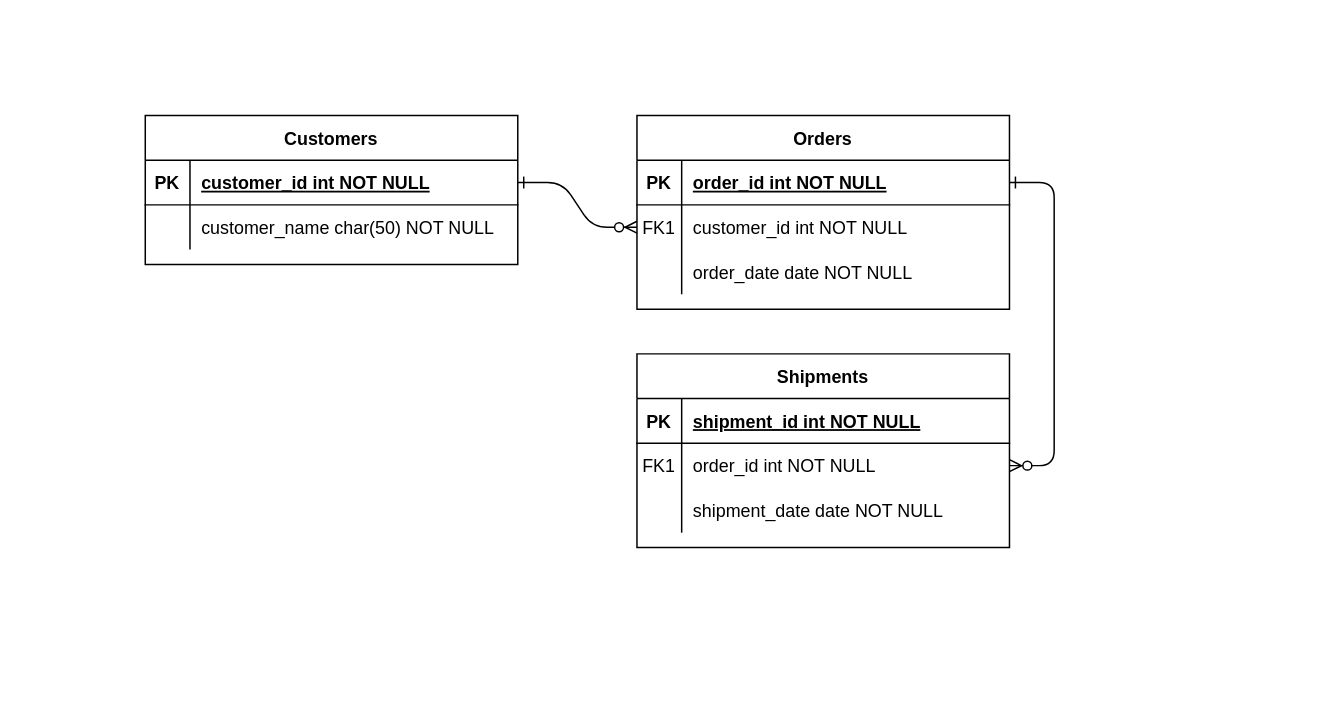
This is 報表精靈範例.drawio from Minnie860711/main, a draw.io file, before an edit. Source tidied: cells renumbered, new cells numbered last; positions are measured from the earlier drawing's top-left corner, leaving out a move shared by most shapes. Both pictures are drawn from the tidied source at 149%, with x=0, y=0 at pixel (145, 115).
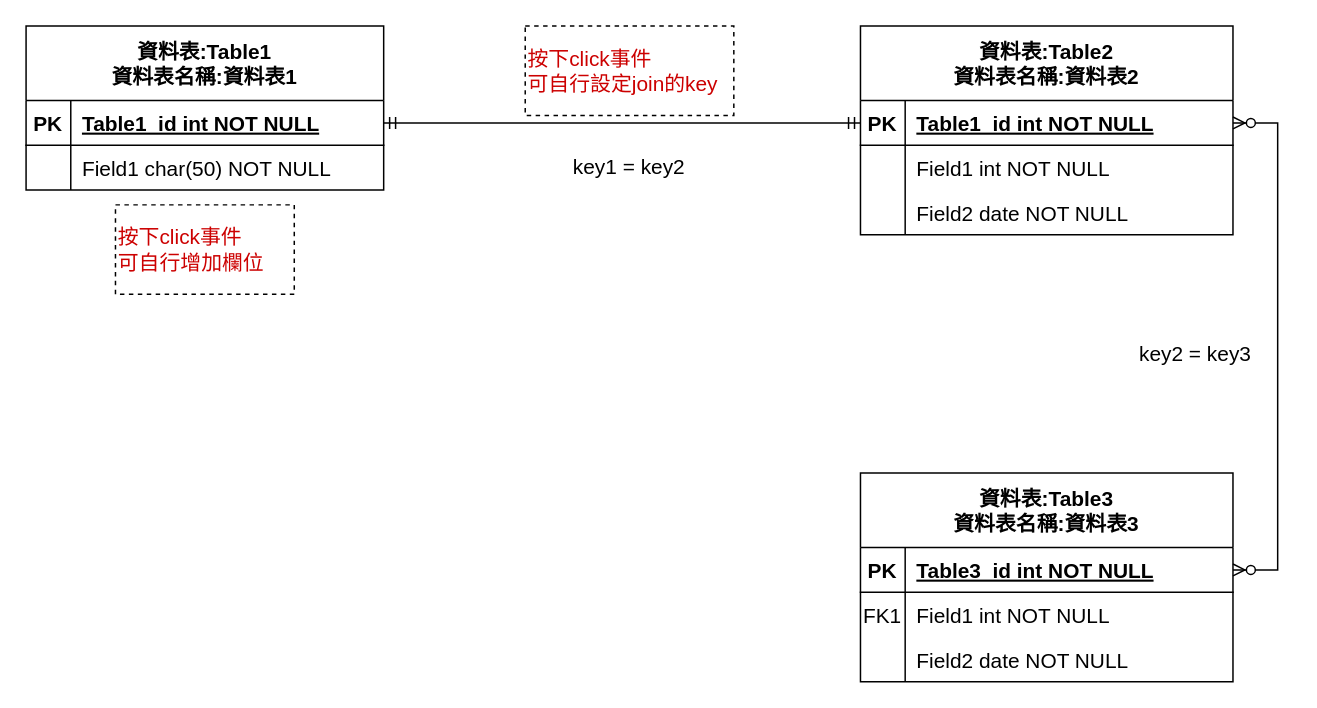
The same page after the edit.

Commit message:
更新報表精靈範例.drawio

What changed in the source:
```diff
@@
-    <mxCell id="2" style="edgeStyle=entityRelationEdgeStyle;endArrow=ERzeroToMany;startArrow=ERone;endFill=1;startFill=0;" parent="1" edge="1" source="25" target="8">
-      <mxGeometry relative="1" as="geometry" />
-    </mxCell>
-    <mxCell id="3" style="edgeStyle=entityRelationEdgeStyle;endArrow=ERzeroToMany;startArrow=ERone;endFill=1;startFill=0;" parent="1" edge="1" source="5" target="18">
-      <mxGeometry relative="1" as="geometry" />
-    </mxCell>
-    <mxCell id="4" value="Orders" style="shape=table;startSize=30;childLayout=tableLayout;rowLines=0;fontStyle=1;align=center;" parent="1" vertex="1">
-      <mxGeometry x="330" width="250" height="130" as="geometry" />
+    <mxCell id="4" value="資料表:Table2&#10;資料表名稱:資料表2" style="shape=table;startSize=50;childLayout=tableLayout;rowLines=0;fontStyle=1;align=center;fontSize=14;" parent="1" vertex="1">
+      <mxGeometry x="480" y="-60" width="250" height="140" as="geometry" />
     </mxCell>
     <mxCell id="5" style="shape=partialRectangle;fillColor=none;points=[[0,0.5],[1,0.5]];portConstraint=eastwest;top=0;left=0;right=0;bottom=1;" parent="4" vertex="1">
-      <mxGeometry y="30" width="250" height="30" as="geometry" />
+      <mxGeometry y="50" width="250" height="30" as="geometry" />
     </mxCell>
-    <mxCell id="6" value="PK" style="shape=partialRectangle;overflow=hidden;fillColor=none;top=0;left=0;bottom=0;right=0;fontStyle=1;" parent="5" vertex="1">
+    <mxCell id="6" value="PK" style="shape=partialRectangle;overflow=hidden;fillColor=none;top=0;left=0;bottom=0;right=0;fontStyle=1;fontSize=14;" parent="5" vertex="1">
       <mxGeometry width="30" height="30" as="geometry" />
     </mxCell>
-    <mxCell id="7" value="order_id int NOT NULL " style="shape=partialRectangle;overflow=hidden;fillColor=none;top=0;left=0;bottom=0;right=0;align=left;spacingLeft=6;fontStyle=5;" parent="5" vertex="1">
+    <mxCell id="7" value="Table1_id int NOT NULL " style="shape=partialRectangle;overflow=hidden;fillColor=none;top=0;left=0;bottom=0;right=0;align=left;spacingLeft=6;fontStyle=5;fontSize=14;" parent="5" vertex="1">
       <mxGeometry x="30" width="220" height="30" as="geometry" />
     </mxCell>
     <mxCell id="8" style="shape=partialRectangle;fillColor=none;points=[[0,0.5],[1,0.5]];portConstraint=eastwest;top=0;left=0;right=0;bottom=0;" parent="4" vertex="1">
-      <mxGeometry y="60" width="250" height="30" as="geometry" />
+      <mxGeometry y="80" width="250" height="30" as="geometry" />
     </mxCell>
-    <mxCell id="9" value="FK1" style="shape=partialRectangle;overflow=hidden;fillColor=none;top=0;left=0;bottom=0;right=0;" parent="8" vertex="1">
+    <mxCell id="9" style="shape=partialRectangle;overflow=hidden;fillColor=none;top=0;left=0;bottom=0;right=0;" parent="8" vertex="1">
       <mxGeometry width="30" height="30" as="geometry" />
     </mxCell>
-    <mxCell id="10" value="customer_id int NOT NULL" style="shape=partialRectangle;overflow=hidden;fillColor=none;top=0;left=0;bottom=0;right=0;align=left;spacingLeft=6;" parent="8" vertex="1">
+    <mxCell id="10" value="Field1 int NOT NULL" style="shape=partialRectangle;overflow=hidden;fillColor=none;top=0;left=0;bottom=0;right=0;align=left;spacingLeft=6;fontSize=14;" parent="8" vertex="1">
       <mxGeometry x="30" width="220" height="30" as="geometry" />
     </mxCell>
     <mxCell id="11" style="shape=partialRectangle;fillColor=none;top=0;left=0;right=0;bottom=0;" parent="4" vertex="1">
-      <mxGeometry y="90" width="250" height="30" as="geometry" />
+      <mxGeometry y="110" width="250" height="30" as="geometry" />
     </mxCell>
@@
-    <mxCell id="13" value="order_date date NOT NULL" style="shape=partialRectangle;overflow=hidden;fillColor=none;top=0;left=0;bottom=0;right=0;align=left;spacingLeft=6;" parent="11" vertex="1">
+    <mxCell id="13" value="Field2 date NOT NULL" style="shape=partialRectangle;overflow=hidden;fillColor=none;top=0;left=0;bottom=0;right=0;align=left;spacingLeft=6;fontSize=14;" parent="11" vertex="1">
       <mxGeometry x="30" width="220" height="30" as="geometry" />
     </mxCell>
-    <mxCell id="14" value="Shipments" style="shape=table;startSize=30;childLayout=tableLayout;rowLines=0;fontStyle=1;align=center;" parent="1" vertex="1">
-      <mxGeometry x="330" y="160" width="250" height="130" as="geometry" />
+    <mxCell id="14" value="資料表:Table3&#10;資料表名稱:資料表3" style="shape=table;startSize=50;childLayout=tableLayout;rowLines=0;fontStyle=1;align=center;fontSize=14;" parent="1" vertex="1">
+      <mxGeometry x="480" y="240" width="250" height="140" as="geometry" />
     </mxCell>
     <mxCell id="15" style="shape=partialRectangle;fillColor=none;points=[[0,0.5],[1,0.5]];portConstraint=eastwest;top=0;left=0;right=0;bottom=1;" parent="14" vertex="1">
-      <mxGeometry y="30" width="250" height="30" as="geometry" />
+      <mxGeometry y="50" width="250" height="30" as="geometry" />
     </mxCell>
-    <mxCell id="16" value="PK" style="shape=partialRectangle;overflow=hidden;fillColor=none;top=0;left=0;bottom=0;right=0;fontStyle=1;" parent="15" vertex="1">
+    <mxCell id="16" value="PK" style="shape=partialRectangle;overflow=hidden;fillColor=none;top=0;left=0;bottom=0;right=0;fontStyle=1;fontSize=14;" parent="15" vertex="1">
       <mxGeometry width="30" height="30" as="geometry" />
     </mxCell>
-    <mxCell id="17" value="shipment_id int NOT NULL " style="shape=partialRectangle;overflow=hidden;fillColor=none;top=0;left=0;bottom=0;right=0;align=left;spacingLeft=6;fontStyle=5;" parent="15" vertex="1">
+    <mxCell id="17" value="Table3_id int NOT NULL " style="shape=partialRectangle;overflow=hidden;fillColor=none;top=0;left=0;bottom=0;right=0;align=left;spacingLeft=6;fontStyle=5;fontSize=14;" parent="15" vertex="1">
       <mxGeometry x="30" width="220" height="30" as="geometry" />
     </mxCell>
     <mxCell id="18" style="shape=partialRectangle;fillColor=none;points=[[0,0.5],[1,0.5]];portConstraint=eastwest;top=0;left=0;right=0;bottom=0;" parent="14" vertex="1">
-      <mxGeometry y="60" width="250" height="30" as="geometry" />
+      <mxGeometry y="80" width="250" height="30" as="geometry" />
     </mxCell>
-    <mxCell id="19" value="FK1" style="shape=partialRectangle;overflow=hidden;fillColor=none;top=0;left=0;bottom=0;right=0;" parent="18" vertex="1">
+    <mxCell id="19" value="FK1" style="shape=partialRectangle;overflow=hidden;fillColor=none;top=0;left=0;bottom=0;right=0;fontSize=14;" parent="18" vertex="1">
       <mxGeometry width="30" height="30" as="geometry" />
     </mxCell>
-    <mxCell id="20" value="order_id int NOT NULL" style="shape=partialRectangle;overflow=hidden;fillColor=none;top=0;left=0;bottom=0;right=0;align=left;spacingLeft=6;" parent="18" vertex="1">
+    <mxCell id="20" value="Field1 int NOT NULL" style="shape=partialRectangle;overflow=hidden;fillColor=none;top=0;left=0;bottom=0;right=0;align=left;spacingLeft=6;fontSize=14;" parent="18" vertex="1">
       <mxGeometry x="30" width="220" height="30" as="geometry" />
     </mxCell>
     <mxCell id="21" style="shape=partialRectangle;fillColor=none;top=0;left=0;right=0;bottom=0;" parent="14" vertex="1">
-      <mxGeometry y="90" width="250" height="30" as="geometry" />
+      <mxGeometry y="110" width="250" height="30" as="geometry" />
     </mxCell>
@@
-    <mxCell id="23" value="shipment_date date NOT NULL" style="shape=partialRectangle;overflow=hidden;fillColor=none;top=0;left=0;bottom=0;right=0;align=left;spacingLeft=6;" parent="21" vertex="1">
+    <mxCell id="23" value="Field2 date NOT NULL" style="shape=partialRectangle;overflow=hidden;fillColor=none;top=0;left=0;bottom=0;right=0;align=left;spacingLeft=6;fontSize=14;" parent="21" vertex="1">
       <mxGeometry x="30" width="220" height="30" as="geometry" />
     </mxCell>
-    <mxCell id="24" value="Customers" style="shape=table;startSize=30;childLayout=tableLayout;rowLines=0;fontStyle=1;align=center;" parent="1" vertex="1">
-      <mxGeometry width="250" height="100" as="geometry" />
+    <mxCell id="24" value="資料表:Table1&#10;資料表名稱:資料表1" style="shape=table;startSize=50;childLayout=tableLayout;rowLines=0;fontStyle=1;align=center;fontSize=14;rounded=0;shadow=0;resizeLastRow=0;absoluteArcSize=1;noLabel=0;" parent="1" vertex="1">
+      <mxGeometry x="-80" y="-60" width="240" height="110" as="geometry" />
     </mxCell>
     <mxCell id="25" style="shape=partialRectangle;fillColor=none;points=[[0,0.5],[1,0.5]];portConstraint=eastwest;top=0;left=0;right=0;bottom=1;" parent="24" vertex="1">
-      <mxGeometry y="30" width="250" height="30" as="geometry" />
+      <mxGeometry y="50" width="240" height="30" as="geometry" />
     </mxCell>
-    <mxCell id="26" value="PK" style="shape=partialRectangle;overflow=hidden;fillColor=none;top=0;left=0;bottom=0;right=0;fontStyle=1;" parent="25" vertex="1">
+    <mxCell id="26" value="PK" style="shape=partialRectangle;overflow=hidden;fillColor=none;top=0;left=0;bottom=0;right=0;fontStyle=1;fontSize=14;" parent="25" vertex="1">
       <mxGeometry width="30" height="30" as="geometry" />
     </mxCell>
-    <mxCell id="27" value="customer_id int NOT NULL " style="shape=partialRectangle;overflow=hidden;fillColor=none;top=0;left=0;bottom=0;right=0;align=left;spacingLeft=6;fontStyle=5;" parent="25" vertex="1">
-      <mxGeometry x="30" width="220" height="30" as="geometry" />
+    <mxCell id="27" value="Table1_id int NOT NULL " style="shape=partialRectangle;overflow=hidden;fillColor=none;top=0;left=0;bottom=0;right=0;align=left;spacingLeft=6;fontStyle=5;fontSize=14;" parent="25" vertex="1">
+      <mxGeometry x="30" width="210" height="30" as="geometry" />
     </mxCell>
     <mxCell id="28" style="shape=partialRectangle;fillColor=none;top=0;left=0;right=0;bottom=0;" parent="24" vertex="1">
-      <mxGeometry y="60" width="250" height="30" as="geometry" />
+      <mxGeometry y="80" width="240" height="30" as="geometry" />
     </mxCell>
@@
-    <mxCell id="30" value="customer_name char(50) NOT NULL" style="shape=partialRectangle;overflow=hidden;fillColor=none;top=0;left=0;bottom=0;right=0;align=left;spacingLeft=6;" parent="28" vertex="1">
-      <mxGeometry x="30" width="220" height="30" as="geometry" />
+    <mxCell id="30" value="Field1 char(50) NOT NULL" style="shape=partialRectangle;overflow=hidden;fillColor=none;top=0;left=0;bottom=0;right=0;align=left;spacingLeft=6;fontSize=14;" parent="28" vertex="1">
+      <mxGeometry x="30" width="210" height="30" as="geometry" />
     </mxCell>
+    <mxCell id="31" value="&lt;span style=&quot;forced-color-adjust: none; color: rgb(0, 0, 0); font-family: Helvetica; font-style: normal; font-variant-ligatures: normal; font-variant-caps: normal; font-weight: 400; letter-spacing: normal; orphans: 2; text-indent: 0px; text-transform: none; widows: 2; word-spacing: 0px; -webkit-text-stroke-width: 0px; white-space: nowrap; text-decoration-thickness: initial; text-decoration-style: initial; text-decoration-color: initial; font-size: 14px; background-color: rgb(255, 255, 255); float: none; display: inline !important;&quot;&gt;key2 = key&lt;/span&gt;&lt;span style=&quot;forced-color-adjust: none; color: rgb(0, 0, 0); font-family: Helvetica; font-style: normal; font-variant-ligatures: normal; font-variant-caps: normal; font-weight: 400; letter-spacing: normal; orphans: 2; text-indent: 0px; text-transform: none; widows: 2; word-spacing: 0px; -webkit-text-stroke-width: 0px; white-space: nowrap; text-decoration-thickness: initial; text-decoration-style: initial; text-decoration-color: initial; background-color: rgb(255, 255, 255); font-size: 14px;&quot;&gt;3&lt;/span&gt;" style="text;whiteSpace=wrap;html=1;verticalAlign=middle;align=center;" parent="1" vertex="1">
+      <mxGeometry x="650" y="140" width="110" height="40" as="geometry" />
+    </mxCell>
+    <mxCell id="32" value="&lt;span style=&quot;color: rgb(0, 0, 0); font-family: Helvetica; font-size: 14px; font-style: normal; font-variant-ligatures: normal; font-variant-caps: normal; font-weight: 400; letter-spacing: normal; orphans: 2; text-indent: 0px; text-transform: none; widows: 2; word-spacing: 0px; -webkit-text-stroke-width: 0px; white-space: nowrap; background-color: rgb(255, 255, 255); text-decoration-thickness: initial; text-decoration-style: initial; text-decoration-color: initial; float: none; display: inline !important;&quot;&gt;key1 = key2&lt;/span&gt;" style="text;whiteSpace=wrap;html=1;verticalAlign=middle;align=center;" parent="1" vertex="1">
+      <mxGeometry x="270" y="20" width="110" height="30" as="geometry" />
+    </mxCell>
+    <mxCell id="33" value="&lt;font style=&quot;font-size: 14px;&quot; color=&quot;#cc0000&quot;&gt;按下click事件&lt;/font&gt;&lt;div&gt;&lt;font style=&quot;font-size: 14px;&quot; color=&quot;#cc0000&quot;&gt;可自行增加欄位&lt;/font&gt;&lt;/div&gt;" style="whiteSpace=wrap;html=1;align=left;strokeColor=default;fillColor=default;dashed=1;strokeWidth=1;" parent="1" vertex="1">
+      <mxGeometry x="-20" y="60" width="120" height="60" as="geometry" />
+    </mxCell>
+    <mxCell id="34" value="&lt;font style=&quot;font-size: 14px;&quot; color=&quot;#cc0000&quot;&gt;按下click事件&lt;/font&gt;&lt;div&gt;&lt;font style=&quot;font-size: 14px;&quot; color=&quot;#cc0000&quot;&gt;可自行設定join的key&lt;/font&gt;&lt;/div&gt;" style="whiteSpace=wrap;html=1;align=left;strokeColor=default;fillColor=default;dashed=1;" parent="1" vertex="1">
+      <mxGeometry x="255" y="-60" width="140" height="60" as="geometry" />
+    </mxCell>
+    <mxCell id="35" style="edgeStyle=entityRelationEdgeStyle;fontSize=12;html=1;endArrow=ERmandOne;startArrow=ERmandOne;rounded=0;exitX=1;exitY=0.5;exitDx=0;exitDy=0;entryX=0;entryY=0.5;entryDx=0;entryDy=0;" parent="1" edge="1" source="25" target="5">
+      <mxGeometry relative="1" as="geometry" />
+    </mxCell>
+    <mxCell id="36" style="edgeStyle=entityRelationEdgeStyle;fontSize=12;html=1;endArrow=ERzeroToMany;endFill=1;startArrow=ERzeroToMany;rounded=0;exitX=1;exitY=0.5;exitDx=0;exitDy=0;entryX=1;entryY=0.5;entryDx=0;entryDy=0;" parent="1" edge="1" source="15" target="5">
+      <mxGeometry relative="1" as="geometry" />
+    </mxCell>
```
